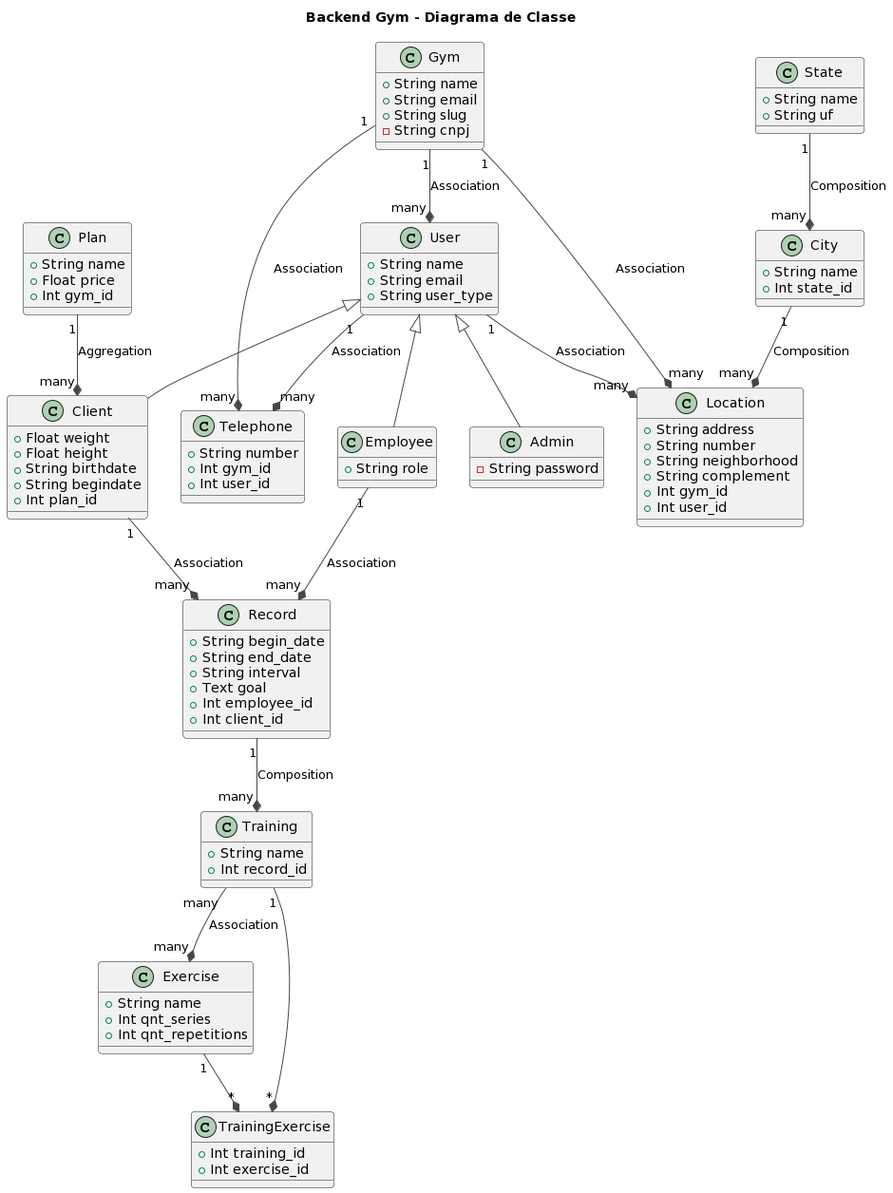
The PlantUML diagram docs/class_diagram.png in Luiz-Bernardes/backend-gym, before a commit.
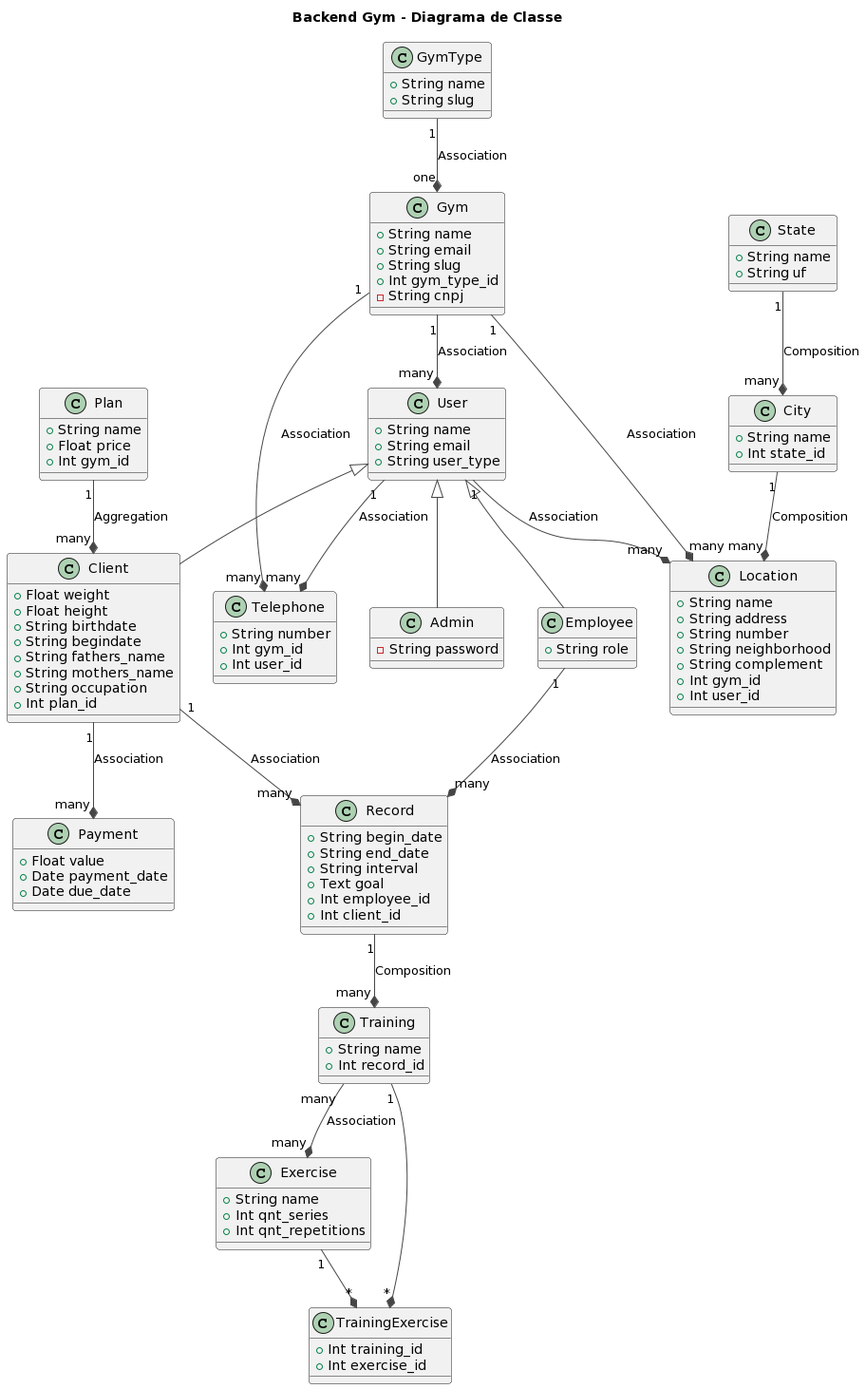
Above is the later version.

Commit message:
update diagram class

Change to the diagram source:
```diff
@@ -9,7 +9,13 @@
   +String name
   +String email
   +String slug
+  +Int gym_type_id
   -String cnpj
+}
+
+class GymType {
+  +String name
+  +String slug
 }
 
 class Telephone {
@@ -19,6 +25,7 @@
 }
 
 class Location {
+  +String name
   +String address
   +String number
   +String neighborhood
@@ -52,6 +59,9 @@
   +Float height
   +String birthdate
   +String begindate
+  +String fathers_name
+  +String mothers_name
+  +String occupation
   +Int plan_id
 }
 
@@ -63,6 +73,12 @@
   +String name
   +Float price
   +Int gym_id
+}
+
+class Payment {
+  +Float value
+  +Date payment_date
+  +Date due_date
 }
 
 class Record {
@@ -92,6 +108,7 @@
 
 
 User "many" *-up- "1" Gym: Association
+Gym "one" *-up- "1" GymType: Association
 Telephone "many" *-up- "1" Gym: Association
 Location "many" *-up- "1" Gym: Association
 City "many" *-up- "1" State: Composition
@@ -99,6 +116,7 @@
 Telephone "many" *-up- "1" User: Association
 Location "many" *-up- "1" User: Association
 Client "many" *-up- "1" Plan: Aggregation
+Payment "many" *-up- "1" Client: Association
 Record "many" *-up- "1" Client: Association
 Record "many" *-up- "1" Employee: Association
 Training "many" *-up- "1" Record: Composition
```
